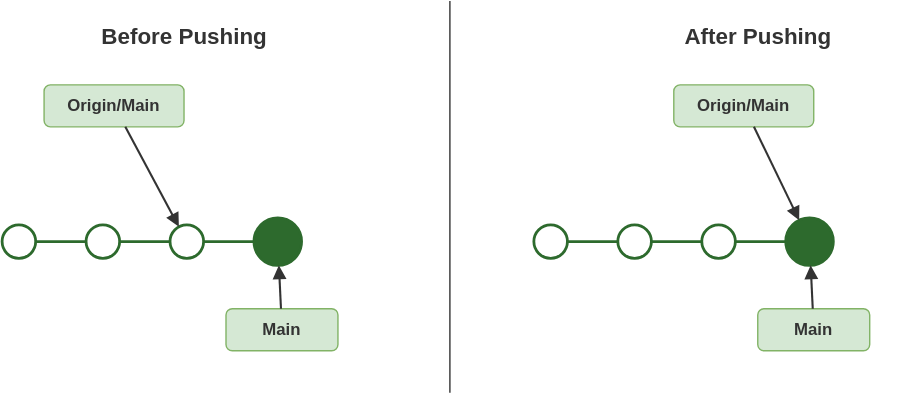
Before: slides/05-remotes/images/push.drawio.svg, a diagram exported from draw.io (it-erben/training-git-for-developers). Source tidied: cells renumbered, new cells last; positions are measured from the earlier drawing's top-left corner, leaving out a move shared by most shapes. The source it was exported from:
```xml
<mxGraphModel>
  <root>
    <mxCell id="0" />
    <mxCell id="1" parent="0" />
    <mxCell id="2" value="Before Pushing" style="text;html=1;align=center;verticalAlign=middle;fillColor=none;strokeColor=none;fontFamily=Helvetica;fontSize=16;fontStyle=1;fontColor=#333333;" parent="1" vertex="1">
      <mxGeometry x="30" y="10" width="200" height="30" as="geometry" />
    </mxCell>
    <mxCell id="3" value="Origin/Main" style="rounded=1;whiteSpace=wrap;fillColor=#d5e8d4;strokeColor=#82b366;fontFamily=Helvetica;fontSize=12;fontStyle=1;fontColor=#333333;" parent="1" vertex="1">
      <mxGeometry x="30" y="60" width="100" height="30" as="geometry" />
    </mxCell>
    <mxCell id="4" style="ellipse;fillColor=#ffffff;strokeColor=#2d6a2d;strokeWidth=2;" parent="1" vertex="1">
      <mxGeometry y="160" width="24" height="24" as="geometry" />
    </mxCell>
    <mxCell id="5" style="ellipse;fillColor=#ffffff;strokeColor=#2d6a2d;strokeWidth=2;" parent="1" vertex="1">
      <mxGeometry x="60" y="160" width="24" height="24" as="geometry" />
    </mxCell>
    <mxCell id="6" style="ellipse;fillColor=#ffffff;strokeColor=#2d6a2d;strokeWidth=2;" parent="1" vertex="1">
      <mxGeometry x="120" y="160" width="24" height="24" as="geometry" />
    </mxCell>
    <mxCell id="7" style="ellipse;fillColor=#2d6a2d;strokeColor=#2d6a2d;strokeWidth=2;" parent="1" vertex="1">
      <mxGeometry x="180" y="155" width="34" height="34" as="geometry" />
    </mxCell>
    <mxCell id="8" style="endArrow=none;strokeColor=#2d6a2d;strokeWidth=2;" parent="1" edge="1">
      <mxGeometry relative="1" as="geometry">
        <mxPoint x="24" y="172" as="sourcePoint" />
        <mxPoint x="60" y="172" as="targetPoint" />
      </mxGeometry>
    </mxCell>
    <mxCell id="9" style="endArrow=none;strokeColor=#2d6a2d;strokeWidth=2;" parent="1" edge="1">
      <mxGeometry relative="1" as="geometry">
        <mxPoint x="84" y="172" as="sourcePoint" />
        <mxPoint x="120" y="172" as="targetPoint" />
      </mxGeometry>
    </mxCell>
    <mxCell id="10" style="endArrow=none;strokeColor=#2d6a2d;strokeWidth=2;" parent="1" edge="1">
      <mxGeometry relative="1" as="geometry">
        <mxPoint x="144" y="172" as="sourcePoint" />
        <mxPoint x="180" y="172" as="targetPoint" />
      </mxGeometry>
    </mxCell>
    <mxCell id="11" style="endArrow=block;endFill=1;strokeColor=#333333;strokeWidth=1.5;" parent="1" edge="1" source="3" target="6">
      <mxGeometry relative="1" as="geometry" />
    </mxCell>
    <mxCell id="12" value="Main" style="rounded=1;whiteSpace=wrap;fillColor=#d5e8d4;strokeColor=#82b366;fontFamily=Helvetica;fontSize=12;fontStyle=1;fontColor=#333333;" parent="1" vertex="1">
      <mxGeometry x="160" y="220" width="80" height="30" as="geometry" />
    </mxCell>
    <mxCell id="13" style="endArrow=block;endFill=1;strokeColor=#333333;strokeWidth=1.5;" parent="1" edge="1" source="12" target="7">
      <mxGeometry relative="1" as="geometry" />
    </mxCell>
    <mxCell id="14" style="endArrow=none;strokeColor=#333333;strokeWidth=1;" parent="1" edge="1">
      <mxGeometry relative="1" as="geometry">
        <mxPoint x="320" as="sourcePoint" />
        <mxPoint x="320" y="280" as="targetPoint" />
      </mxGeometry>
    </mxCell>
    <mxCell id="15" value="After Pushing" style="text;html=1;align=center;verticalAlign=middle;fillColor=none;strokeColor=none;fontFamily=Helvetica;fontSize=16;fontStyle=1;fontColor=#333333;" parent="1" vertex="1">
      <mxGeometry x="440" y="10" width="200" height="30" as="geometry" />
    </mxCell>
    <mxCell id="16" value="Origin/Main" style="rounded=1;whiteSpace=wrap;fillColor=#d5e8d4;strokeColor=#82b366;fontFamily=Helvetica;fontSize=12;fontStyle=1;fontColor=#333333;" parent="1" vertex="1">
      <mxGeometry x="480" y="60" width="100" height="30" as="geometry" />
    </mxCell>
    <mxCell id="17" style="ellipse;fillColor=#ffffff;strokeColor=#2d6a2d;strokeWidth=2;" parent="1" vertex="1">
      <mxGeometry x="380" y="160" width="24" height="24" as="geometry" />
    </mxCell>
    <mxCell id="18" style="ellipse;fillColor=#ffffff;strokeColor=#2d6a2d;strokeWidth=2;" parent="1" vertex="1">
      <mxGeometry x="440" y="160" width="24" height="24" as="geometry" />
    </mxCell>
    <mxCell id="19" style="ellipse;fillColor=#ffffff;strokeColor=#2d6a2d;strokeWidth=2;" parent="1" vertex="1">
      <mxGeometry x="500" y="160" width="24" height="24" as="geometry" />
    </mxCell>
    <mxCell id="20" style="ellipse;fillColor=#2d6a2d;strokeColor=#2d6a2d;strokeWidth=2;" parent="1" vertex="1">
      <mxGeometry x="560" y="155" width="34" height="34" as="geometry" />
    </mxCell>
    <mxCell id="21" style="endArrow=none;strokeColor=#2d6a2d;strokeWidth=2;" parent="1" edge="1">
      <mxGeometry relative="1" as="geometry">
        <mxPoint x="404" y="172" as="sourcePoint" />
        <mxPoint x="440" y="172" as="targetPoint" />
      </mxGeometry>
    </mxCell>
    <mxCell id="22" style="endArrow=none;strokeColor=#2d6a2d;strokeWidth=2;" parent="1" edge="1">
      <mxGeometry relative="1" as="geometry">
        <mxPoint x="464" y="172" as="sourcePoint" />
        <mxPoint x="500" y="172" as="targetPoint" />
      </mxGeometry>
    </mxCell>
    <mxCell id="23" style="endArrow=none;strokeColor=#2d6a2d;strokeWidth=2;" parent="1" edge="1">
      <mxGeometry relative="1" as="geometry">
        <mxPoint x="524" y="172" as="sourcePoint" />
        <mxPoint x="560" y="172" as="targetPoint" />
      </mxGeometry>
    </mxCell>
    <mxCell id="24" style="endArrow=block;endFill=1;strokeColor=#333333;strokeWidth=1.5;" parent="1" edge="1" source="16" target="20">
      <mxGeometry relative="1" as="geometry" />
    </mxCell>
    <mxCell id="25" value="Main" style="rounded=1;whiteSpace=wrap;fillColor=#d5e8d4;strokeColor=#82b366;fontFamily=Helvetica;fontSize=12;fontStyle=1;fontColor=#333333;" parent="1" vertex="1">
      <mxGeometry x="540" y="220" width="80" height="30" as="geometry" />
    </mxCell>
    <mxCell id="26" style="endArrow=block;endFill=1;strokeColor=#333333;strokeWidth=1.5;" parent="1" edge="1" source="25" target="20">
      <mxGeometry relative="1" as="geometry" />
    </mxCell>
  </root>
</mxGraphModel>
```
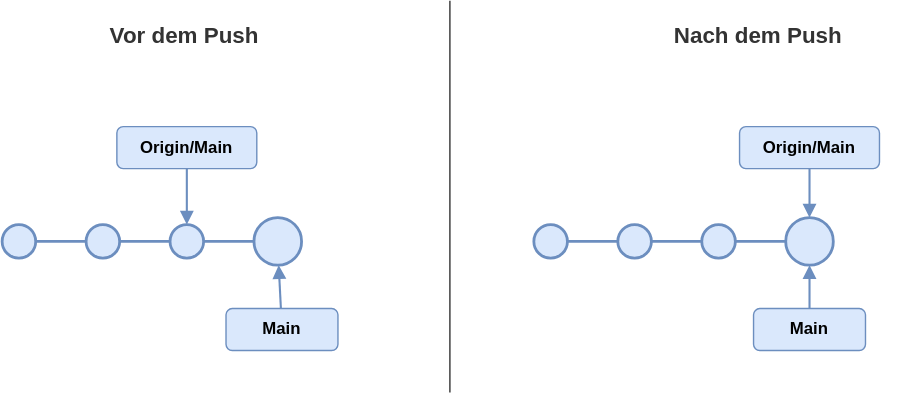
Above is the later version.

Change to the diagram source:
```diff
@@ -2,49 +2,49 @@
   <root>
     <mxCell id="0" />
     <mxCell id="1" parent="0" />
-    <mxCell id="2" value="Before Pushing" style="text;html=1;align=center;verticalAlign=middle;fillColor=none;strokeColor=none;fontFamily=Helvetica;fontSize=16;fontStyle=1;fontColor=#333333;" parent="1" vertex="1">
+    <mxCell id="2" value="Vor dem Push" style="text;html=1;align=center;verticalAlign=middle;fillColor=none;strokeColor=none;fontFamily=Helvetica;fontSize=16;fontStyle=1;fontColor=#333333;" parent="1" vertex="1">
       <mxGeometry x="30" y="10" width="200" height="30" as="geometry" />
     </mxCell>
-    <mxCell id="3" value="Origin/Main" style="rounded=1;whiteSpace=wrap;fillColor=#d5e8d4;strokeColor=#82b366;fontFamily=Helvetica;fontSize=12;fontStyle=1;fontColor=#333333;" parent="1" vertex="1">
-      <mxGeometry x="30" y="60" width="100" height="30" as="geometry" />
+    <mxCell id="3" value="Origin/Main" style="rounded=1;whiteSpace=wrap;fillColor=#dae8fc;strokeColor=#6c8ebf;fontFamily=Helvetica;fontSize=12;fontStyle=1;" parent="1" vertex="1">
+      <mxGeometry x="82" y="90" width="100" height="30" as="geometry" />
     </mxCell>
-    <mxCell id="4" style="ellipse;fillColor=#ffffff;strokeColor=#2d6a2d;strokeWidth=2;" parent="1" vertex="1">
+    <mxCell id="4" style="ellipse;fillColor=#dae8fc;strokeColor=#6c8ebf;strokeWidth=2;" parent="1" vertex="1">
       <mxGeometry y="160" width="24" height="24" as="geometry" />
     </mxCell>
-    <mxCell id="5" style="ellipse;fillColor=#ffffff;strokeColor=#2d6a2d;strokeWidth=2;" parent="1" vertex="1">
+    <mxCell id="5" style="ellipse;fillColor=#dae8fc;strokeColor=#6c8ebf;strokeWidth=2;" parent="1" vertex="1">
       <mxGeometry x="60" y="160" width="24" height="24" as="geometry" />
     </mxCell>
-    <mxCell id="6" style="ellipse;fillColor=#ffffff;strokeColor=#2d6a2d;strokeWidth=2;" parent="1" vertex="1">
+    <mxCell id="6" style="ellipse;fillColor=#dae8fc;strokeColor=#6c8ebf;strokeWidth=2;" parent="1" vertex="1">
       <mxGeometry x="120" y="160" width="24" height="24" as="geometry" />
     </mxCell>
-    <mxCell id="7" style="ellipse;fillColor=#2d6a2d;strokeColor=#2d6a2d;strokeWidth=2;" parent="1" vertex="1">
+    <mxCell id="7" style="ellipse;fillColor=#dae8fc;strokeColor=#6c8ebf;strokeWidth=2;" parent="1" vertex="1">
       <mxGeometry x="180" y="155" width="34" height="34" as="geometry" />
     </mxCell>
-    <mxCell id="8" style="endArrow=none;strokeColor=#2d6a2d;strokeWidth=2;" parent="1" edge="1">
+    <mxCell id="8" style="endArrow=none;strokeColor=#6c8ebf;strokeWidth=2;fillColor=#dae8fc;" parent="1" edge="1">
       <mxGeometry relative="1" as="geometry">
         <mxPoint x="24" y="172" as="sourcePoint" />
         <mxPoint x="60" y="172" as="targetPoint" />
       </mxGeometry>
     </mxCell>
-    <mxCell id="9" style="endArrow=none;strokeColor=#2d6a2d;strokeWidth=2;" parent="1" edge="1">
+    <mxCell id="9" style="endArrow=none;strokeColor=#6c8ebf;strokeWidth=2;fillColor=#dae8fc;" parent="1" edge="1">
       <mxGeometry relative="1" as="geometry">
         <mxPoint x="84" y="172" as="sourcePoint" />
         <mxPoint x="120" y="172" as="targetPoint" />
       </mxGeometry>
     </mxCell>
-    <mxCell id="10" style="endArrow=none;strokeColor=#2d6a2d;strokeWidth=2;" parent="1" edge="1">
+    <mxCell id="10" style="endArrow=none;strokeColor=#6c8ebf;strokeWidth=2;fillColor=#dae8fc;" parent="1" edge="1">
       <mxGeometry relative="1" as="geometry">
         <mxPoint x="144" y="172" as="sourcePoint" />
         <mxPoint x="180" y="172" as="targetPoint" />
       </mxGeometry>
     </mxCell>
-    <mxCell id="11" style="endArrow=block;endFill=1;strokeColor=#333333;strokeWidth=1.5;" parent="1" edge="1" source="3" target="6">
+    <mxCell id="11" style="endArrow=block;endFill=1;strokeColor=#6c8ebf;strokeWidth=1.5;fillColor=#dae8fc;" parent="1" edge="1" source="3" target="6">
       <mxGeometry relative="1" as="geometry" />
     </mxCell>
-    <mxCell id="12" value="Main" style="rounded=1;whiteSpace=wrap;fillColor=#d5e8d4;strokeColor=#82b366;fontFamily=Helvetica;fontSize=12;fontStyle=1;fontColor=#333333;" parent="1" vertex="1">
+    <mxCell id="12" value="Main" style="rounded=1;whiteSpace=wrap;fillColor=#dae8fc;strokeColor=#6c8ebf;fontFamily=Helvetica;fontSize=12;fontStyle=1;" parent="1" vertex="1">
       <mxGeometry x="160" y="220" width="80" height="30" as="geometry" />
     </mxCell>
-    <mxCell id="13" style="endArrow=block;endFill=1;strokeColor=#333333;strokeWidth=1.5;" parent="1" edge="1" source="12" target="7">
+    <mxCell id="13" style="endArrow=block;endFill=1;strokeColor=#6c8ebf;strokeWidth=1.5;fillColor=#dae8fc;" parent="1" edge="1" source="12" target="7">
       <mxGeometry relative="1" as="geometry" />
     </mxCell>
     <mxCell id="14" style="endArrow=none;strokeColor=#333333;strokeWidth=1;" parent="1" edge="1">
@@ -53,49 +53,49 @@
         <mxPoint x="320" y="280" as="targetPoint" />
       </mxGeometry>
     </mxCell>
-    <mxCell id="15" value="After Pushing" style="text;html=1;align=center;verticalAlign=middle;fillColor=none;strokeColor=none;fontFamily=Helvetica;fontSize=16;fontStyle=1;fontColor=#333333;" parent="1" vertex="1">
+    <mxCell id="15" value="Nach dem Push" style="text;html=1;align=center;verticalAlign=middle;fillColor=none;strokeColor=none;fontFamily=Helvetica;fontSize=16;fontStyle=1;fontColor=#333333;" parent="1" vertex="1">
       <mxGeometry x="440" y="10" width="200" height="30" as="geometry" />
     </mxCell>
-    <mxCell id="16" value="Origin/Main" style="rounded=1;whiteSpace=wrap;fillColor=#d5e8d4;strokeColor=#82b366;fontFamily=Helvetica;fontSize=12;fontStyle=1;fontColor=#333333;" parent="1" vertex="1">
-      <mxGeometry x="480" y="60" width="100" height="30" as="geometry" />
+    <mxCell id="16" value="Origin/Main" style="rounded=1;whiteSpace=wrap;fillColor=#dae8fc;strokeColor=#6c8ebf;fontFamily=Helvetica;fontSize=12;fontStyle=1;" parent="1" vertex="1">
+      <mxGeometry x="527" y="90" width="100" height="30" as="geometry" />
     </mxCell>
-    <mxCell id="17" style="ellipse;fillColor=#ffffff;strokeColor=#2d6a2d;strokeWidth=2;" parent="1" vertex="1">
+    <mxCell id="17" style="ellipse;fillColor=#dae8fc;strokeColor=#6c8ebf;strokeWidth=2;" parent="1" vertex="1">
       <mxGeometry x="380" y="160" width="24" height="24" as="geometry" />
     </mxCell>
-    <mxCell id="18" style="ellipse;fillColor=#ffffff;strokeColor=#2d6a2d;strokeWidth=2;" parent="1" vertex="1">
+    <mxCell id="18" style="ellipse;fillColor=#dae8fc;strokeColor=#6c8ebf;strokeWidth=2;" parent="1" vertex="1">
       <mxGeometry x="440" y="160" width="24" height="24" as="geometry" />
     </mxCell>
-    <mxCell id="19" style="ellipse;fillColor=#ffffff;strokeColor=#2d6a2d;strokeWidth=2;" parent="1" vertex="1">
+    <mxCell id="19" style="ellipse;fillColor=#dae8fc;strokeColor=#6c8ebf;strokeWidth=2;" parent="1" vertex="1">
       <mxGeometry x="500" y="160" width="24" height="24" as="geometry" />
     </mxCell>
-    <mxCell id="20" style="ellipse;fillColor=#2d6a2d;strokeColor=#2d6a2d;strokeWidth=2;" parent="1" vertex="1">
+    <mxCell id="20" style="ellipse;fillColor=#dae8fc;strokeColor=#6c8ebf;strokeWidth=2;" parent="1" vertex="1">
       <mxGeometry x="560" y="155" width="34" height="34" as="geometry" />
     </mxCell>
-    <mxCell id="21" style="endArrow=none;strokeColor=#2d6a2d;strokeWidth=2;" parent="1" edge="1">
+    <mxCell id="21" style="endArrow=none;strokeColor=#6c8ebf;strokeWidth=2;fillColor=#dae8fc;" parent="1" edge="1">
       <mxGeometry relative="1" as="geometry">
         <mxPoint x="404" y="172" as="sourcePoint" />
         <mxPoint x="440" y="172" as="targetPoint" />
       </mxGeometry>
     </mxCell>
-    <mxCell id="22" style="endArrow=none;strokeColor=#2d6a2d;strokeWidth=2;" parent="1" edge="1">
+    <mxCell id="22" style="endArrow=none;strokeColor=#6c8ebf;strokeWidth=2;fillColor=#dae8fc;" parent="1" edge="1">
       <mxGeometry relative="1" as="geometry">
         <mxPoint x="464" y="172" as="sourcePoint" />
         <mxPoint x="500" y="172" as="targetPoint" />
       </mxGeometry>
     </mxCell>
-    <mxCell id="23" style="endArrow=none;strokeColor=#2d6a2d;strokeWidth=2;" parent="1" edge="1">
+    <mxCell id="23" style="endArrow=none;strokeColor=#6c8ebf;strokeWidth=2;fillColor=#dae8fc;" parent="1" edge="1">
       <mxGeometry relative="1" as="geometry">
         <mxPoint x="524" y="172" as="sourcePoint" />
         <mxPoint x="560" y="172" as="targetPoint" />
       </mxGeometry>
     </mxCell>
-    <mxCell id="24" style="endArrow=block;endFill=1;strokeColor=#333333;strokeWidth=1.5;" parent="1" edge="1" source="16" target="20">
+    <mxCell id="24" style="endArrow=block;endFill=1;strokeColor=#6c8ebf;strokeWidth=1.5;fillColor=#dae8fc;" parent="1" edge="1" source="16" target="20">
       <mxGeometry relative="1" as="geometry" />
     </mxCell>
-    <mxCell id="25" value="Main" style="rounded=1;whiteSpace=wrap;fillColor=#d5e8d4;strokeColor=#82b366;fontFamily=Helvetica;fontSize=12;fontStyle=1;fontColor=#333333;" parent="1" vertex="1">
-      <mxGeometry x="540" y="220" width="80" height="30" as="geometry" />
+    <mxCell id="25" value="Main" style="rounded=1;whiteSpace=wrap;fillColor=#dae8fc;strokeColor=#6c8ebf;fontFamily=Helvetica;fontSize=12;fontStyle=1;" parent="1" vertex="1">
+      <mxGeometry x="537" y="220" width="80" height="30" as="geometry" />
     </mxCell>
-    <mxCell id="26" style="endArrow=block;endFill=1;strokeColor=#333333;strokeWidth=1.5;" parent="1" edge="1" source="25" target="20">
+    <mxCell id="26" style="endArrow=block;endFill=1;strokeColor=#6c8ebf;strokeWidth=1.5;fillColor=#dae8fc;" parent="1" edge="1" source="25" target="20">
       <mxGeometry relative="1" as="geometry" />
     </mxCell>
   </root>
```
